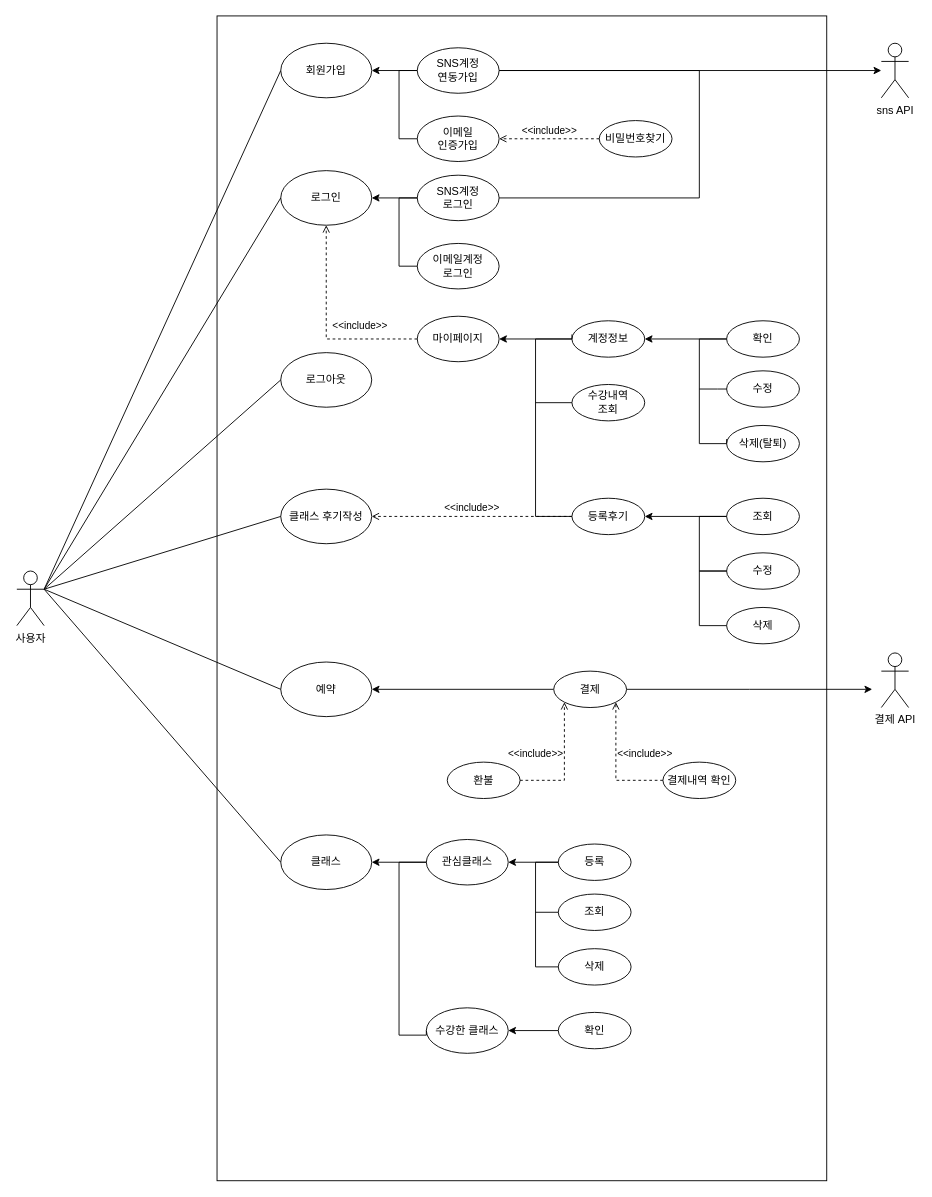
The draw.io diagram LiClassProject/라이클래스 팀프로젝트 산출물/5. 유스케이스 및 기술서/회원관리 유스케이스.drawio in jmlim1107/jmlim1107.kh, before the edit. Source tidied: cells renumbered, new cells numbered last; positions are measured from the earlier drawing's top-left corner, leaving out a move shared by most shapes. Both pictures are drawn from the tidied source at 91%, with x=0, y=0 at pixel (16, 15).
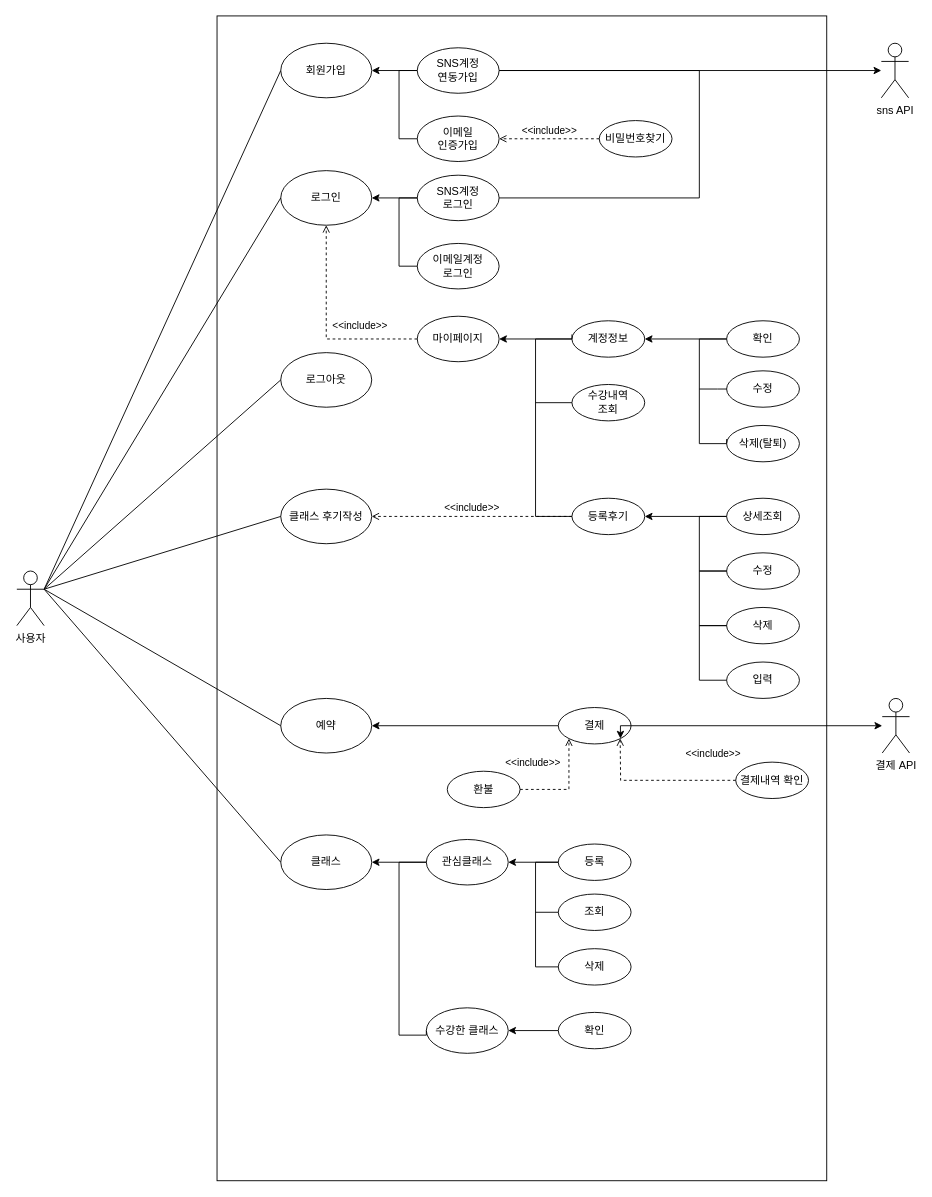
After the change.

What changed in the source:
```diff
@@
-    <mxCell id="38" value="조회" style="ellipse;whiteSpace=wrap;html=1;" parent="1" vertex="1">
+    <mxCell id="38" value="상세조회" style="ellipse;whiteSpace=wrap;html=1;" parent="1" vertex="1">
       <mxGeometry x="780" y="530" width="80" height="40" as="geometry" />
     </mxCell>
@@
     <mxCell id="44" value="예약" style="ellipse;whiteSpace=wrap;html=1;" parent="1" vertex="1">
-      <mxGeometry x="290" y="710" width="100" height="60" as="geometry" />
+      <mxGeometry x="290" y="750" width="100" height="60" as="geometry" />
     </mxCell>
@@
     <mxCell id="46" value="결제 API" style="shape=umlActor;verticalLabelPosition=bottom;verticalAlign=top;html=1;outlineConnect=0;" parent="1" vertex="1">
-      <mxGeometry x="950" y="700" width="30" height="60" as="geometry" />
+      <mxGeometry x="951" y="750" width="30" height="60" as="geometry" />
     </mxCell>
-    <mxCell id="47" style="edgeStyle=orthogonalEdgeStyle;shape=connector;rounded=0;jettySize=auto;html=1;labelBackgroundColor=default;strokeColor=default;fontFamily=Helvetica;fontSize=11;fontColor=default;endArrow=classic;" parent="1" edge="1" source="49">
-      <mxGeometry relative="1" as="geometry">
-        <mxPoint x="940" y="740" as="targetPoint" />
-      </mxGeometry>
+    <mxCell id="47" style="edgeStyle=orthogonalEdgeStyle;shape=connector;rounded=0;jettySize=auto;html=1;labelBackgroundColor=default;strokeColor=default;fontFamily=Helvetica;fontSize=11;fontColor=default;endArrow=classic;exitX=1;exitY=0.5;exitDx=0;exitDy=0;" parent="1" edge="1" source="49" target="46">
+      <mxGeometry relative="1" as="geometry" />
     </mxCell>
@@
     <mxCell id="49" value="결제" style="ellipse;whiteSpace=wrap;html=1;" parent="1" vertex="1">
-      <mxGeometry x="590" y="720" width="80" height="40" as="geometry" />
+      <mxGeometry x="595" y="760" width="80" height="40" as="geometry" />
     </mxCell>
     <mxCell id="50" value="환불" style="ellipse;whiteSpace=wrap;html=1;" parent="1" vertex="1">
-      <mxGeometry x="473" y="820" width="80" height="40" as="geometry" />
+      <mxGeometry x="473" y="830" width="80" height="40" as="geometry" />
     </mxCell>
     <mxCell id="51" value="결제내역 확인" style="ellipse;whiteSpace=wrap;html=1;" parent="1" vertex="1">
-      <mxGeometry x="710" y="820" width="80" height="40" as="geometry" />
+      <mxGeometry x="790" y="820" width="80" height="40" as="geometry" />
     </mxCell>
-    <mxCell id="52" value="&amp;lt;&amp;lt;include&amp;gt;&amp;gt;" style="html=1;verticalAlign=bottom;labelBackgroundColor=none;endArrow=open;endFill=0;dashed=1;rounded=0;strokeColor=default;fontFamily=Helvetica;fontSize=11;fontColor=default;shape=connector;entryX=1;entryY=1;entryDx=0;entryDy=0;exitX=0;exitY=0.5;exitDx=0;exitDy=0;edgeStyle=orthogonalEdgeStyle;" parent="1" edge="1" source="51" target="49">
-      <mxGeometry x="-0.71" y="-20" relative="1" as="geometry" />
+    <mxCell id="52" value="&amp;lt;&amp;lt;include&amp;gt;&amp;gt;" style="html=1;verticalAlign=bottom;labelBackgroundColor=none;endArrow=open;endFill=0;dashed=1;rounded=0;strokeColor=default;fontFamily=Helvetica;fontSize=11;fontColor=default;shape=connector;exitX=0;exitY=0.5;exitDx=0;exitDy=0;edgeStyle=orthogonalEdgeStyle;" parent="1" edge="1" source="51">
+      <mxGeometry x="-0.71" y="-20" relative="1" as="geometry">
+        <mxPoint x="663" y="794" as="targetPoint" />
+      </mxGeometry>
     </mxCell>
@@
+    <mxCell id="70" value="입력" style="ellipse;whiteSpace=wrap;html=1;" parent="1" vertex="1">
+      <mxGeometry x="780" y="710" width="80" height="40" as="geometry" />
+    </mxCell>
+    <mxCell id="71" style="edgeStyle=orthogonalEdgeStyle;rounded=0;orthogonalLoop=1;jettySize=auto;html=1;exitX=1;exitY=0.5;exitDx=0;exitDy=0;entryX=1;entryY=1;entryDx=0;entryDy=0;" parent="1" edge="1" source="49" target="49">
+      <mxGeometry relative="1" as="geometry" />
+    </mxCell>
+    <mxCell id="72" style="endArrow=none;html=1;rounded=0;labelBackgroundColor=default;strokeColor=default;fontFamily=Helvetica;fontSize=11;fontColor=default;shape=connector;entryX=0;entryY=0.5;entryDx=0;entryDy=0;edgeStyle=orthogonalEdgeStyle;exitX=0;exitY=0.5;exitDx=0;exitDy=0;" parent="1" edge="1">
+      <mxGeometry relative="1" as="geometry">
+        <mxPoint x="780" y="670" as="sourcePoint" />
+        <mxPoint x="780" y="730" as="targetPoint" />
+        <Array as="points">
+          <mxPoint x="750" y="670" />
+          <mxPoint x="750" y="730" />
+        </Array>
+      </mxGeometry>
+    </mxCell>
```
